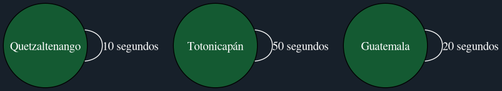
The Graphviz diagram Rapidito/ruta_intermedia.png in Marco131-xel/Edd_Proyecto2, before a commit. Its source is kept beside it as Rapidito/ruta_intermedia.dot.
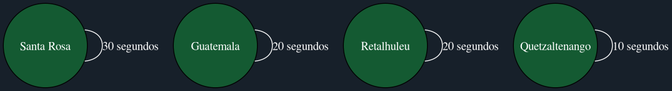
The same file after the commit.

What changed in the source:
```diff
@@ -2,7 +2,8 @@
   bgcolor="#17202a";
   node [style=filled, fillcolor="#145a32", fontcolor="white", shape=circle, width=1.4, fixedsize=true];
   edge [color="white", fontcolor="white"];
+  "Santa Rosa" -- "Santa Rosa" [label="30 segundos"];
+  "Guatemala" -- "Guatemala" [label="20 segundos"];
+  "Retalhuleu" -- "Retalhuleu" [label="20 segundos"];
   "Quetzaltenango" -- "Quetzaltenango" [label="10 segundos"];
-  "Totonicapán" -- "Totonicapán" [label="50 segundos"];
-  "Guatemala" -- "Guatemala" [label="20 segundos"];
 }
```
